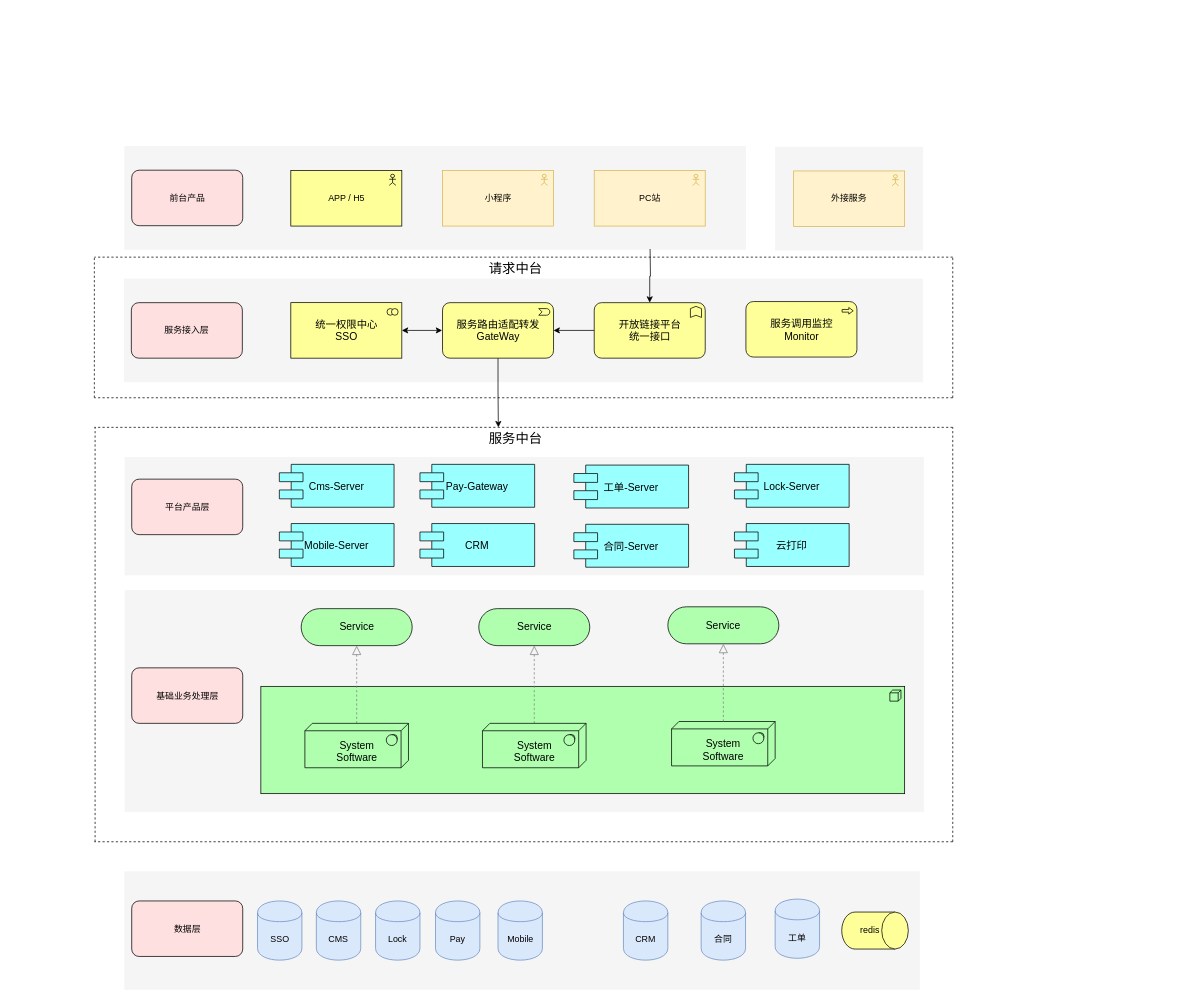
This is doc/多租户系统架构图.drawio from kewei8976/sso, a draw.io file, before an edit. Source tidied: cells renumbered, new cells numbered last; positions are measured from the earlier drawing's top-left corner, leaving out a move shared by most shapes. Both pictures are drawn from the tidied source at 74%, with x=0, y=0 at pixel (13, 13).
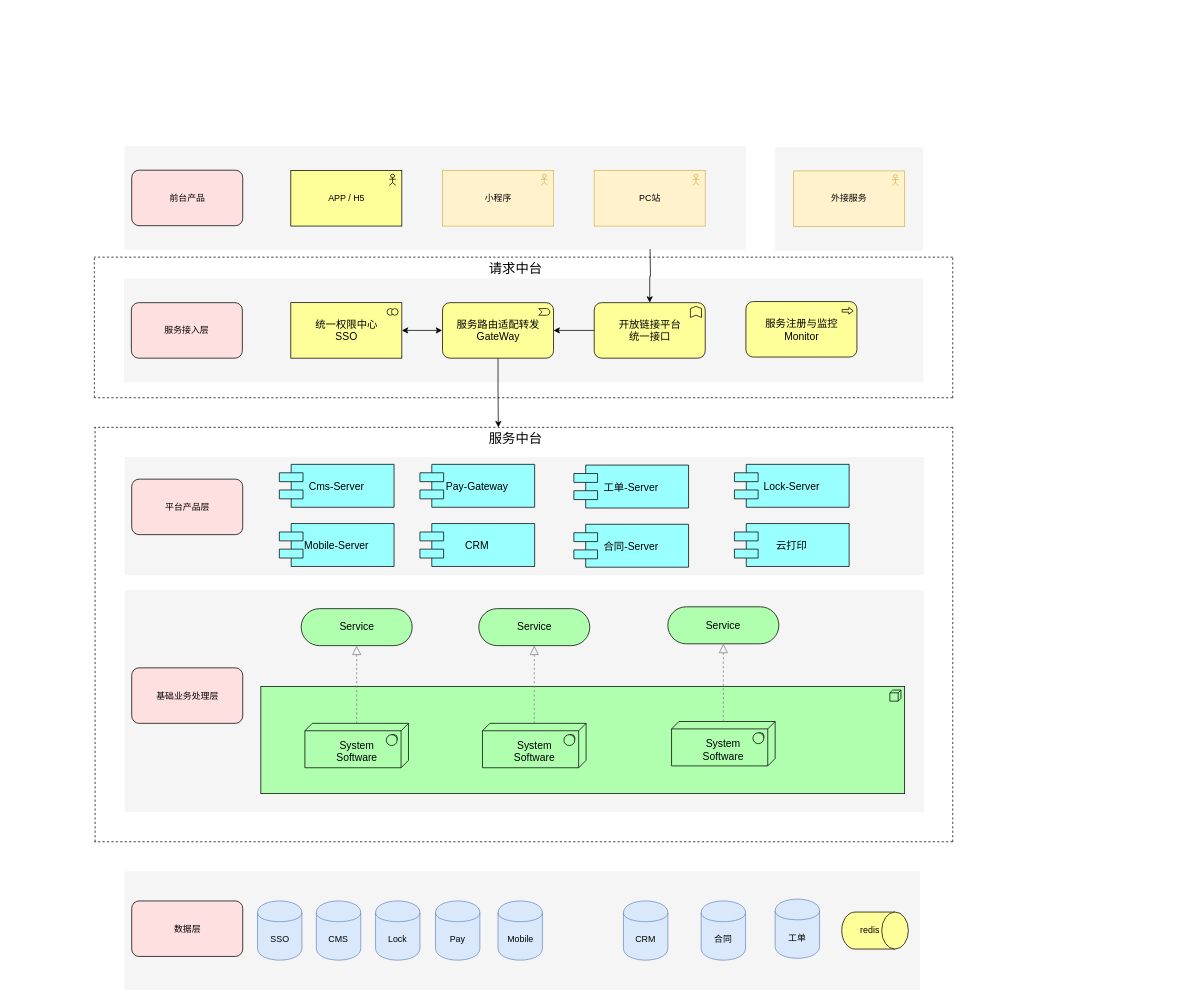
The same diagram, later.

Commit message (it also covers changes not shown here):
Update 多租户系统架构图.drawio

The edit, as a diff of the source:
```diff
@@
-    <mxCell id="18" value="服务调用监控&lt;br&gt;Monitor" style="html=1;whiteSpace=wrap;fillColor=#ffff99;shape=mxgraph.archimate3.application;appType=proc;archiType=rounded;fontSize=14;" parent="1" vertex="1">
+    <mxCell id="18" value="服务注册与监控&lt;br&gt;Monitor" style="html=1;whiteSpace=wrap;fillColor=#ffff99;shape=mxgraph.archimate3.application;appType=proc;archiType=rounded;fontSize=14;" parent="1" vertex="1">
       <mxGeometry x="990.5" y="390" width="150" height="75" as="geometry" />
     </mxCell>
```
